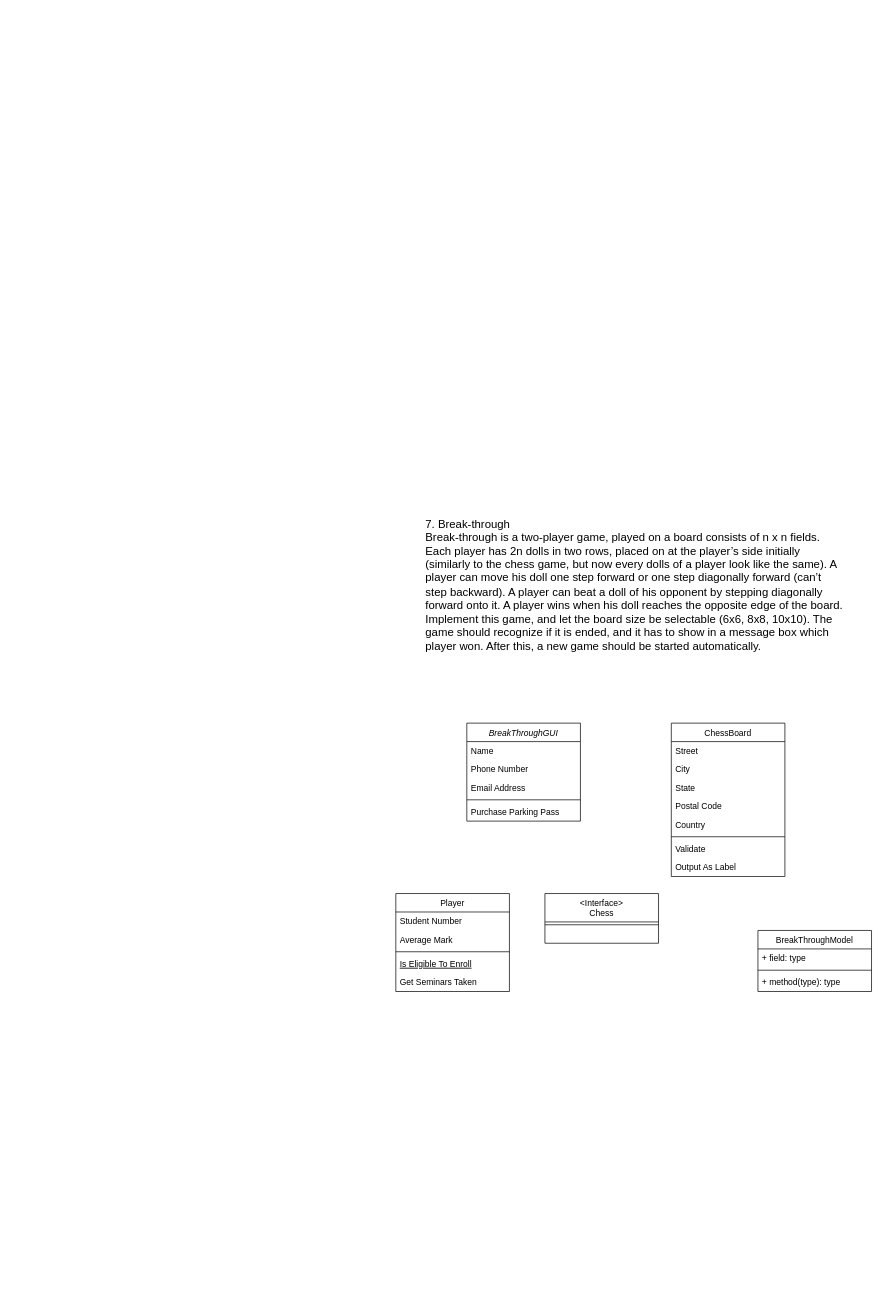
Above: Untitled Diagram.drawio in summertx/uml (draw.io), before the change. Source tidied: cells renumbered, new cells numbered last; positions are measured from the earlier drawing's top-left corner, leaving out a move shared by most shapes. Both pictures are drawn from the tidied source at 71%, with x=0, y=0 at pixel (395, 517).
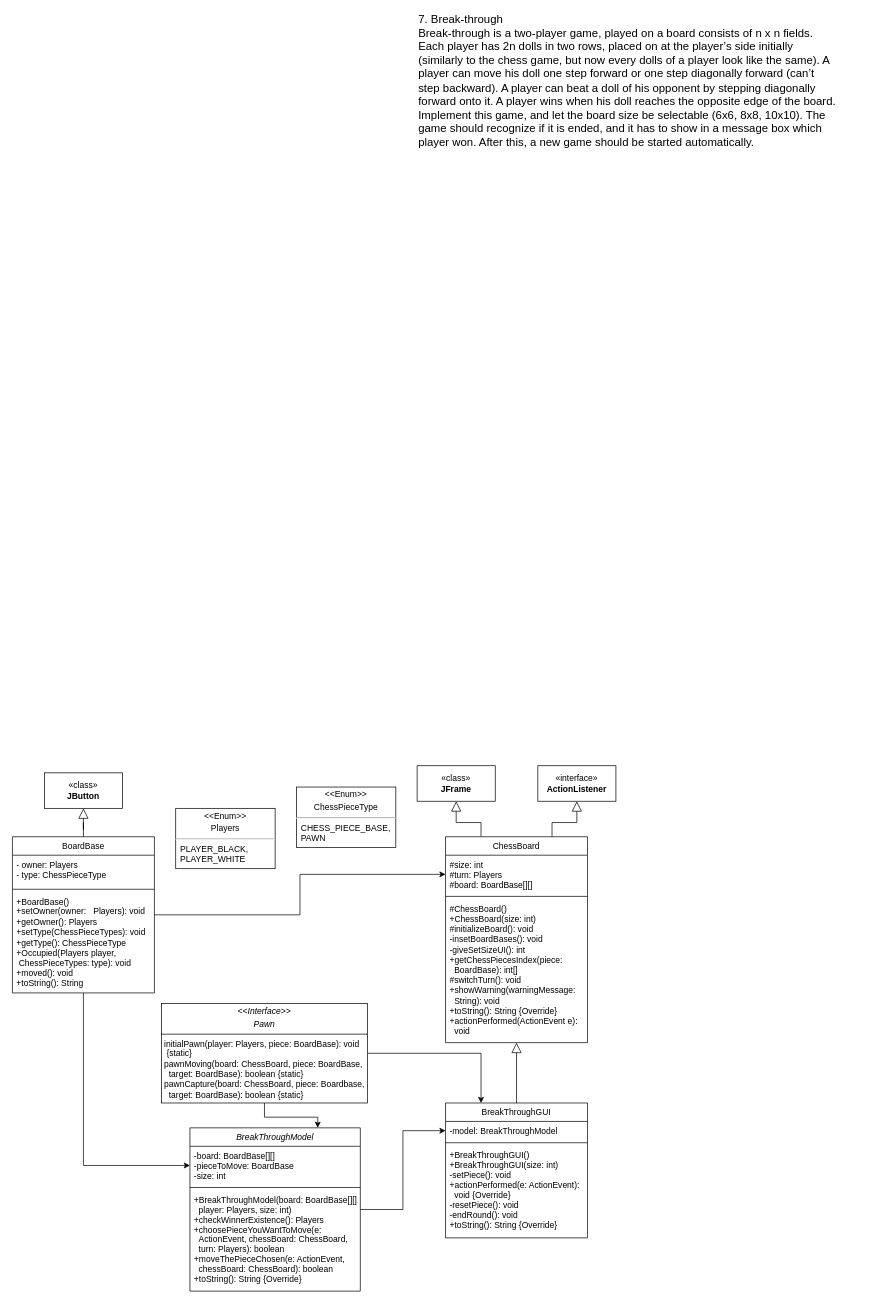
Above is the later version.

Diff of the diagram source:
```diff
@@
+    <mxCell id="30" style="edgeStyle=orthogonalEdgeStyle;rounded=0;jettySize=auto;html=1;entryX=0;entryY=0.5;entryDx=0;entryDy=0;" parent="1" edge="1" source="2" target="9">
+      <mxGeometry relative="1" as="geometry" />
+    </mxCell>
-    <mxCell id="2" value="BreakThroughGUI" style="swimlane;fontStyle=2;align=center;verticalAlign=top;horizontal=1;startSize=26;rounded=0;shadow=0;strokeWidth=1;" parent="1" vertex="1">
-      <mxGeometry x="100" y="290" width="160" height="138" as="geometry" />
+    <mxCell id="2" value="BreakThroughModel" style="swimlane;fontStyle=2;align=center;verticalAlign=top;horizontal=1;startSize=26;rounded=0;shadow=0;strokeWidth=1;" parent="1" vertex="1">
+      <mxGeometry x="-290" y="860" width="240" height="230" as="geometry" />
     </mxCell>
-    <mxCell id="3" value="Name" style="text;align=left;verticalAlign=top;spacingLeft=4;spacingRight=4;overflow=hidden;" parent="2" vertex="1">
-      <mxGeometry y="26" width="160" height="26" as="geometry" />
-    </mxCell>
-    <mxCell id="4" value="Phone Number" style="text;align=left;verticalAlign=top;spacingLeft=4;spacingRight=4;overflow=hidden;points=[[0,0.5],[1,0.5]];portConstraint=eastwest;rounded=0;shadow=0;html=0;" parent="2" vertex="1">
-      <mxGeometry y="52" width="160" height="26" as="geometry" />
+    <mxCell id="4" value="-board: BoardBase[][]&#10;-pieceToMove: BoardBase&#10;-size: int" style="text;align=left;verticalAlign=top;spacingLeft=4;spacingRight=4;overflow=hidden;points=[[0,0.5],[1,0.5]];portConstraint=eastwest;rounded=0;shadow=0;html=0;" parent="2" vertex="1">
+      <mxGeometry y="26" width="240" height="54" as="geometry" />
     </mxCell>
-    <mxCell id="5" value="Email Address" style="text;align=left;verticalAlign=top;spacingLeft=4;spacingRight=4;overflow=hidden;rounded=0;shadow=0;html=0;" parent="2" vertex="1">
-      <mxGeometry y="78" width="160" height="26" as="geometry" />
-    </mxCell>
     <mxCell id="6" style="line;html=1;strokeWidth=1;align=left;verticalAlign=middle;spacingTop=-1;spacingLeft=3;spacingRight=3;labelPosition=right;" parent="2" vertex="1">
-      <mxGeometry y="104" width="160" height="8" as="geometry" />
+      <mxGeometry y="80" width="240" height="8" as="geometry" />
     </mxCell>
-    <mxCell id="7" value="Purchase Parking Pass" style="text;align=left;verticalAlign=top;spacingLeft=4;spacingRight=4;overflow=hidden;" parent="2" vertex="1">
-      <mxGeometry y="112" width="160" height="26" as="geometry" />
+    <mxCell id="7" value="+BreakThroughModel(board: BoardBase[][],&#10;  player: Players, size: int)&#10;+checkWinnerExistence(): Players&#10;+choosePieceYouWantToMove(e: &#10;  ActionEvent, chessBoard: ChessBoard, &#10;  turn: Players): boolean&#10;+moveThePieceChosen(e: ActionEvent, &#10;  chessBoard: ChessBoard): boolean&#10;+toString(): String {Override}" style="text;align=left;verticalAlign=top;spacingLeft=4;spacingRight=4;overflow=hidden;" parent="2" vertex="1">
+      <mxGeometry y="88" width="240" height="142" as="geometry" />
     </mxCell>
-    <mxCell id="8" value="Player" style="swimlane;fontStyle=0;align=center;verticalAlign=top;horizontal=1;startSize=26;rounded=0;shadow=0;strokeWidth=1;" parent="1" vertex="1">
-      <mxGeometry y="530" width="160" height="138" as="geometry" />
+    <mxCell id="8" value="BreakThroughGUI&#10;" style="swimlane;fontStyle=0;align=center;verticalAlign=top;horizontal=1;startSize=26;rounded=0;shadow=0;strokeWidth=1;" parent="1" vertex="1">
+      <mxGeometry x="70" y="825" width="200" height="190" as="geometry" />
     </mxCell>
-    <mxCell id="9" value="Student Number" style="text;align=left;verticalAlign=top;spacingLeft=4;spacingRight=4;overflow=hidden;points=[[0,0.5],[1,0.5]];portConstraint=eastwest;" parent="8" vertex="1">
-      <mxGeometry y="26" width="160" height="26" as="geometry" />
+    <mxCell id="9" value="-model: BreakThroughModel" style="text;align=left;verticalAlign=top;spacingLeft=4;spacingRight=4;overflow=hidden;points=[[0,0.5],[1,0.5]];portConstraint=eastwest;" parent="8" vertex="1">
+      <mxGeometry y="26" width="200" height="26" as="geometry" />
     </mxCell>
-    <mxCell id="10" value="Average Mark" style="text;align=left;verticalAlign=top;spacingLeft=4;spacingRight=4;overflow=hidden;rounded=0;shadow=0;html=0;" parent="8" vertex="1">
-      <mxGeometry y="52" width="160" height="26" as="geometry" />
-    </mxCell>
     <mxCell id="11" style="line;html=1;strokeWidth=1;align=left;verticalAlign=middle;spacingTop=-1;spacingLeft=3;spacingRight=3;labelPosition=right;" parent="8" vertex="1">
-      <mxGeometry y="78" width="160" height="8" as="geometry" />
+      <mxGeometry y="52" width="200" height="8" as="geometry" />
     </mxCell>
-    <mxCell id="12" value="Is Eligible To Enroll" style="text;align=left;verticalAlign=top;spacingLeft=4;spacingRight=4;overflow=hidden;fontStyle=4;" parent="8" vertex="1">
-      <mxGeometry y="86" width="160" height="26" as="geometry" />
+    <mxCell id="12" value="+BreakThroughGUI()&#10;+BreakThroughGUI(size: int)&#10;-setPiece(): void&#10;+actionPerformed(e: ActionEvent):&#10;  void {Override}&#10;-resetPiece(): void&#10;-endRound(): void&#10;+toString(): String {Override}" style="text;align=left;verticalAlign=top;spacingLeft=4;spacingRight=4;overflow=hidden;fontStyle=0;" parent="8" vertex="1">
+      <mxGeometry y="60" width="200" height="130" as="geometry" />
     </mxCell>
-    <mxCell id="13" value="Get Seminars Taken" style="text;align=left;verticalAlign=top;spacingLeft=4;spacingRight=4;overflow=hidden;" parent="8" vertex="1">
-      <mxGeometry y="112" width="160" height="26" as="geometry" />
-    </mxCell>
-    <mxCell id="14" value="&lt;Interface&gt;&#10;Chess&#10;" style="swimlane;fontStyle=0;align=center;verticalAlign=top;horizontal=1;startSize=40;rounded=0;shadow=0;strokeWidth=1;" parent="1" vertex="1">
-      <mxGeometry x="210" y="530" width="160" height="70" as="geometry" />
-    </mxCell>
-    <mxCell id="15" style="line;html=1;strokeWidth=1;align=left;verticalAlign=middle;spacingTop=-1;spacingLeft=3;spacingRight=3;labelPosition=right;" parent="14" vertex="1">
-      <mxGeometry y="40" width="160" height="8" as="geometry" />
-    </mxCell>
-    <mxCell id="16" value="ChessBoard" style="swimlane;fontStyle=0;align=center;verticalAlign=top;horizontal=1;startSize=26;rounded=0;shadow=0;strokeWidth=1;" parent="1" vertex="1">
-      <mxGeometry x="388" y="290" width="160" height="216" as="geometry" />
-    </mxCell>
-    <mxCell id="17" value="Street" style="text;align=left;verticalAlign=top;spacingLeft=4;spacingRight=4;overflow=hidden;" parent="16" vertex="1">
-      <mxGeometry y="26" width="160" height="26" as="geometry" />
-    </mxCell>
-    <mxCell id="18" value="City" style="text;align=left;verticalAlign=top;spacingLeft=4;spacingRight=4;overflow=hidden;rounded=0;shadow=0;html=0;" parent="16" vertex="1">
-      <mxGeometry y="52" width="160" height="26" as="geometry" />
-    </mxCell>
-    <mxCell id="19" value="State" style="text;align=left;verticalAlign=top;spacingLeft=4;spacingRight=4;overflow=hidden;rounded=0;shadow=0;html=0;" parent="16" vertex="1">
-      <mxGeometry y="78" width="160" height="26" as="geometry" />
-    </mxCell>
-    <mxCell id="20" value="Postal Code" style="text;align=left;verticalAlign=top;spacingLeft=4;spacingRight=4;overflow=hidden;rounded=0;shadow=0;html=0;" parent="16" vertex="1">
-      <mxGeometry y="104" width="160" height="26" as="geometry" />
-    </mxCell>
-    <mxCell id="21" value="Country" style="text;align=left;verticalAlign=top;spacingLeft=4;spacingRight=4;overflow=hidden;rounded=0;shadow=0;html=0;" parent="16" vertex="1">
-      <mxGeometry y="130" width="160" height="26" as="geometry" />
-    </mxCell>
-    <mxCell id="22" style="line;html=1;strokeWidth=1;align=left;verticalAlign=middle;spacingTop=-1;spacingLeft=3;spacingRight=3;labelPosition=right;" parent="16" vertex="1">
-      <mxGeometry y="156" width="160" height="8" as="geometry" />
-    </mxCell>
-    <mxCell id="23" value="Validate" style="text;align=left;verticalAlign=top;spacingLeft=4;spacingRight=4;overflow=hidden;" parent="16" vertex="1">
-      <mxGeometry y="164" width="160" height="26" as="geometry" />
-    </mxCell>
-    <mxCell id="24" value="Output As Label" style="text;align=left;verticalAlign=top;spacingLeft=4;spacingRight=4;overflow=hidden;" parent="16" vertex="1">
-      <mxGeometry y="190" width="160" height="26" as="geometry" />
-    </mxCell>
     <mxCell id="25" value="7. Break-through &lt;br style=&quot;font-size: 16px;&quot;&gt;Break-through is a two-player game, played on a board consists of n x n fields. Each player has 2n dolls in two rows, placed on at the player’s side initially (similarly to the chess game, but now every dolls of a player look like the same). A player can move his doll one step forward or one step diagonally forward (can’t step backward). A player can beat a doll of his opponent by stepping diagonally forward onto it. A player wins when his doll reaches the opposite edge of the board. Implement this game, and let the board size be selectable (6x6, 8x8, 10x10). The game should recognize if it is ended, and it has to show in a message box which player won. After this, a new game should be started automatically." style="text;html=1;align=left;verticalAlign=middle;whiteSpace=wrap;rounded=0;fontSize=16;" parent="1" vertex="1">
-      <mxGeometry x="40" width="590" height="190" as="geometry" />
+      <mxGeometry x="30" y="-710" width="590" height="190" as="geometry" />
     </mxCell>
+    <mxCell id="31" style="edgeStyle=orthogonalEdgeStyle;rounded=0;jettySize=auto;html=1;entryX=0;entryY=0.5;entryDx=0;entryDy=0;" parent="1" edge="1" source="26" target="45">
+      <mxGeometry relative="1" as="geometry" />
+    </mxCell>
+    <mxCell id="32" style="edgeStyle=orthogonalEdgeStyle;rounded=0;jettySize=auto;html=1;entryX=0;entryY=0.5;entryDx=0;entryDy=0;" parent="1" edge="1" source="26" target="4">
+      <mxGeometry relative="1" as="geometry" />
+    </mxCell>
-    <mxCell id="26" value="&lt;span style=&quot;font-weight: normal;&quot;&gt;BreakThroughModel&lt;/span&gt;" style="swimlane;fontStyle=1;align=center;verticalAlign=top;horizontal=1;startSize=26;whiteSpace=wrap;html=1;" parent="1" vertex="1">
-      <mxGeometry x="510" y="582" width="160" height="86" as="geometry" />
+    <mxCell id="26" value="&lt;span style=&quot;font-weight: 400;&quot;&gt;BoardBase&lt;/span&gt;&lt;div&gt;&lt;span style=&quot;font-weight: 400;&quot;&gt;&lt;br&gt;&lt;/span&gt;&lt;/div&gt;" style="swimlane;fontStyle=1;align=center;verticalAlign=top;horizontal=1;startSize=26;whiteSpace=wrap;html=1;" parent="1" vertex="1">
+      <mxGeometry x="-540" y="450" width="200" height="220" as="geometry" />
     </mxCell>
-    <mxCell id="27" value="+ field: type" style="text;strokeColor=none;fillColor=none;align=left;verticalAlign=top;spacingLeft=4;spacingRight=4;overflow=hidden;whiteSpace=wrap;html=1;" parent="26" vertex="1">
-      <mxGeometry y="26" width="160" height="26" as="geometry" />
+    <mxCell id="27" value="- owner: Players&lt;div&gt;- type: ChessPieceType&lt;/div&gt;" style="text;strokeColor=none;fillColor=none;align=left;verticalAlign=top;spacingLeft=4;spacingRight=4;overflow=hidden;whiteSpace=wrap;html=1;" parent="26" vertex="1">
+      <mxGeometry y="26" width="200" height="44" as="geometry" />
     </mxCell>
     <mxCell id="28" style="line;strokeWidth=1;fillColor=none;align=left;verticalAlign=middle;spacingTop=-1;spacingLeft=3;spacingRight=3;labelPosition=right;strokeColor=inherit;" parent="26" vertex="1">
-      <mxGeometry y="52" width="160" height="8" as="geometry" />
+      <mxGeometry y="70" width="200" height="8" as="geometry" />
     </mxCell>
-    <mxCell id="29" value="+ method(type): type" style="text;strokeColor=none;fillColor=none;align=left;verticalAlign=top;spacingLeft=4;spacingRight=4;overflow=hidden;whiteSpace=wrap;html=1;" parent="26" vertex="1">
-      <mxGeometry y="60" width="160" height="26" as="geometry" />
+    <mxCell id="29" value="+BoardBase()&lt;div&gt;+setOwner(owner:&amp;nbsp; &amp;nbsp;Players):&amp;nbsp;&lt;span style=&quot;background-color: initial;&quot;&gt;void&amp;nbsp;&lt;/span&gt;&lt;/div&gt;&lt;div&gt;+getOwner(): Players&lt;/div&gt;&lt;div&gt;+setType(ChessPieceTypes):&amp;nbsp;&lt;span style=&quot;background-color: initial;&quot;&gt;void&lt;/span&gt;&lt;/div&gt;&lt;div&gt;+getType(): ChessPieceType&amp;nbsp;&lt;/div&gt;&lt;div&gt;+Occupied(Players player,&amp;nbsp; &amp;nbsp; &amp;nbsp; &amp;nbsp;ChessPieceTypes: type): void&lt;/div&gt;&lt;div&gt;+moved(): void&lt;/div&gt;&lt;div&gt;+toString(): String&lt;/div&gt;" style="text;strokeColor=none;fillColor=none;align=left;verticalAlign=top;spacingLeft=4;spacingRight=4;overflow=hidden;whiteSpace=wrap;html=1;" parent="26" vertex="1">
+      <mxGeometry y="78" width="200" height="142" as="geometry" />
     </mxCell>
+    <mxCell id="33" style="edgeStyle=orthogonalEdgeStyle;rounded=0;jettySize=auto;html=1;entryX=0.75;entryY=0;entryDx=0;entryDy=0;" parent="1" edge="1" source="35" target="2">
+      <mxGeometry relative="1" as="geometry" />
+    </mxCell>
+    <mxCell id="34" style="edgeStyle=orthogonalEdgeStyle;rounded=0;jettySize=auto;html=1;entryX=0.25;entryY=0;entryDx=0;entryDy=0;" parent="1" edge="1" source="35" target="8">
+      <mxGeometry relative="1" as="geometry" />
+    </mxCell>
+    <mxCell id="35" value="&lt;p style=&quot;margin:0px;margin-top:4px;text-align:center;&quot;&gt;&lt;i&gt;&amp;lt;&amp;lt;Interface&amp;gt;&amp;gt;&lt;/i&gt;&lt;br&gt;&lt;/p&gt;&lt;p style=&quot;margin:0px;margin-top:4px;text-align:center;&quot;&gt;&lt;i style=&quot;&quot;&gt;Pawn&lt;/i&gt;&lt;/p&gt;&lt;hr size=&quot;1&quot; style=&quot;border-style:solid;&quot;&gt;&lt;p style=&quot;margin:0px;margin-left:4px;&quot;&gt;initialPawn(player: Players, piece: BoardBase): void&amp;nbsp; &amp;nbsp; &amp;nbsp;{static}&lt;br&gt;pawnMoving(board: ChessBoard, piece: BoardBase,&amp;nbsp; &amp;nbsp; target: BoardBase): boolean {static}&lt;/p&gt;&lt;p style=&quot;margin:0px;margin-left:4px;&quot;&gt;pawnCapture(board: ChessBoard, piece: Boardbase,&amp;nbsp; &amp;nbsp; target: BoardBase): boolean {static}&lt;/p&gt;" style="verticalAlign=top;align=left;overflow=fill;html=1;whiteSpace=wrap;" parent="1" vertex="1">
+      <mxGeometry x="-330" y="685" width="290" height="140" as="geometry" />
+    </mxCell>
+    <mxCell id="36" value="&lt;p style=&quot;margin:0px;margin-top:4px;text-align:center;&quot;&gt;&amp;lt;&amp;lt;Enum&amp;gt;&amp;gt;&lt;/p&gt;&lt;p style=&quot;margin:0px;margin-top:4px;text-align:center;&quot;&gt;Players&lt;/p&gt;&lt;hr&gt;&amp;nbsp; PLAYER_BLACK,&lt;div&gt;&amp;nbsp; PLAYER_WHITE&lt;br&gt;&lt;div&gt;&lt;br&gt;&lt;/div&gt;&lt;div&gt;&lt;br&gt;&lt;/div&gt;&lt;/div&gt;" style="verticalAlign=top;align=left;overflow=fill;html=1;whiteSpace=wrap;" parent="1" vertex="1">
+      <mxGeometry x="-310" y="410" width="140" height="85" as="geometry" />
+    </mxCell>
+    <mxCell id="37" value="&lt;p style=&quot;margin:0px;margin-top:4px;text-align:center;&quot;&gt;&amp;lt;&amp;lt;Enum&amp;gt;&amp;gt;&lt;/p&gt;&lt;p style=&quot;margin:0px;margin-top:4px;text-align:center;&quot;&gt;ChessPieceType&lt;/p&gt;&lt;hr&gt;&amp;nbsp; CHESS_PIECE_BASE,&lt;div&gt;&amp;nbsp; PAWN&lt;br&gt;&lt;div&gt;&lt;br&gt;&lt;/div&gt;&lt;div&gt;&lt;br&gt;&lt;/div&gt;&lt;/div&gt;" style="verticalAlign=top;align=left;overflow=fill;html=1;whiteSpace=wrap;" parent="1" vertex="1">
+      <mxGeometry x="-140" y="380" width="140" height="85" as="geometry" />
+    </mxCell>
+    <mxCell id="38" style="edgeStyle=orthogonalEdgeStyle;rounded=0;jettySize=auto;html=1;entryX=0.75;entryY=0;entryDx=0;entryDy=0;startSize=12;endArrow=none;endFill=0;startArrow=block;startFill=0;" parent="1" edge="1" source="39" target="16">
+      <mxGeometry relative="1" as="geometry" />
+    </mxCell>
+    <mxCell id="39" value="«interface»&lt;br&gt;&lt;b&gt;ActionListener&lt;/b&gt;" style="html=1;whiteSpace=wrap;" parent="1" vertex="1">
+      <mxGeometry x="200" y="350" width="110" height="50" as="geometry" />
+    </mxCell>
+    <mxCell id="40" style="edgeStyle=orthogonalEdgeStyle;rounded=0;jettySize=auto;html=1;exitX=0.5;exitY=1;exitDx=0;exitDy=0;entryX=0.25;entryY=0;entryDx=0;entryDy=0;endArrow=none;endFill=0;startArrow=block;startFill=0;endSize=6;startSize=12;" parent="1" edge="1" source="41" target="16">
+      <mxGeometry relative="1" as="geometry" />
+    </mxCell>
+    <mxCell id="41" value="«class»&lt;br&gt;&lt;b&gt;JFrame&lt;/b&gt;" style="html=1;whiteSpace=wrap;" parent="1" vertex="1">
+      <mxGeometry x="30" y="350" width="110" height="50" as="geometry" />
+    </mxCell>
+    <mxCell id="42" style="edgeStyle=orthogonalEdgeStyle;rounded=0;jettySize=auto;html=1;entryX=0.5;entryY=0;entryDx=0;entryDy=0;endArrow=none;endFill=0;startArrow=block;startFill=0;startSize=12;" parent="1" edge="1" source="43" target="26">
+      <mxGeometry relative="1" as="geometry" />
+    </mxCell>
+    <mxCell id="43" value="«class»&lt;br&gt;&lt;b&gt;JButton&lt;/b&gt;" style="html=1;whiteSpace=wrap;" parent="1" vertex="1">
+      <mxGeometry x="-495" y="360" width="110" height="50" as="geometry" />
+    </mxCell>
+    <mxCell id="44" style="edgeStyle=orthogonalEdgeStyle;rounded=0;jettySize=auto;html=1;entryX=0.5;entryY=0;entryDx=0;entryDy=0;endArrow=none;endFill=0;startArrow=block;startFill=0;endSize=6;startSize=12;" parent="1" edge="1" source="16" target="8">
+      <mxGeometry relative="1" as="geometry" />
+    </mxCell>
+    <mxCell id="16" value="&lt;span style=&quot;font-weight: normal;&quot;&gt;ChessBoard&lt;/span&gt;" style="swimlane;fontStyle=1;align=center;verticalAlign=top;horizontal=1;startSize=26;whiteSpace=wrap;html=1;" parent="1" vertex="1">
+      <mxGeometry x="70" y="450" width="200" height="290" as="geometry" />
+    </mxCell>
+    <mxCell id="45" value="#size: int&lt;div&gt;#turn: Players&lt;/div&gt;&lt;div&gt;#board: BoardBase[][]&lt;/div&gt;" style="text;strokeColor=none;fillColor=none;align=left;verticalAlign=top;spacingLeft=4;spacingRight=4;overflow=hidden;points=[[0,0.5],[1,0.5]];portConstraint=eastwest;whiteSpace=wrap;html=1;" parent="16" vertex="1">
+      <mxGeometry y="26" width="200" height="54" as="geometry" />
+    </mxCell>
+    <mxCell id="46" style="line;strokeWidth=1;fillColor=none;align=left;verticalAlign=middle;spacingTop=-1;spacingLeft=3;spacingRight=3;labelPosition=right;strokeColor=inherit;" parent="16" vertex="1">
+      <mxGeometry y="80" width="200" height="8" as="geometry" />
+    </mxCell>
+    <mxCell id="47" value="#ChessBoard()&lt;div&gt;+ChessBoard(size: int)&lt;br&gt;&lt;div&gt;#initializeBoard(): void&lt;/div&gt;&lt;div&gt;-insetBoardBases(): void&lt;/div&gt;&lt;div&gt;-giveSetSizeUI(): int&lt;/div&gt;&lt;/div&gt;&lt;div&gt;+getChessPiecesIndex(piece:&lt;/div&gt;&lt;div&gt;&amp;nbsp; BoardBase): int[]&lt;/div&gt;&lt;div&gt;#switchTurn(): void&lt;/div&gt;&lt;div&gt;+showWarning(warningMessage:&amp;nbsp; &amp;nbsp; &amp;nbsp; String): void&lt;/div&gt;&lt;div&gt;+toString(): String {Override}&lt;/div&gt;&lt;div&gt;+actionPerformed(ActionEvent e):&lt;/div&gt;&lt;div&gt;&amp;nbsp; void&lt;/div&gt;" style="text;strokeColor=none;fillColor=none;align=left;verticalAlign=top;spacingLeft=4;spacingRight=4;overflow=hidden;whiteSpace=wrap;html=1;" parent="16" vertex="1">
+      <mxGeometry y="88" width="200" height="202" as="geometry" />
+    </mxCell>
```
